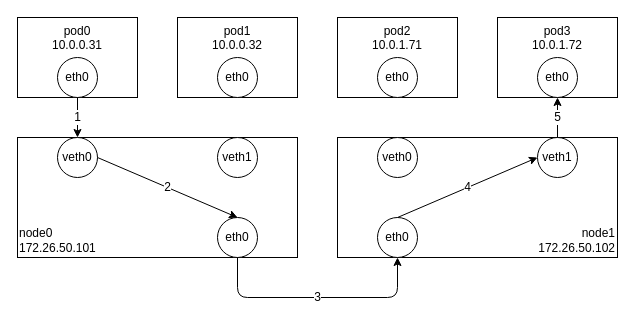
This is page "ipvlan" (2 of 2) of k8s.cilium/cilium.drawio from haruband/codebook, a draw.io file, before an edit. Source tidied: cells renumbered, new cells numbered last; positions are measured from the earlier drawing's top-left corner, leaving out a move shared by most shapes. Both pictures are drawn from the tidied source at 100%, with x=0, y=0 at pixel (17, 17).
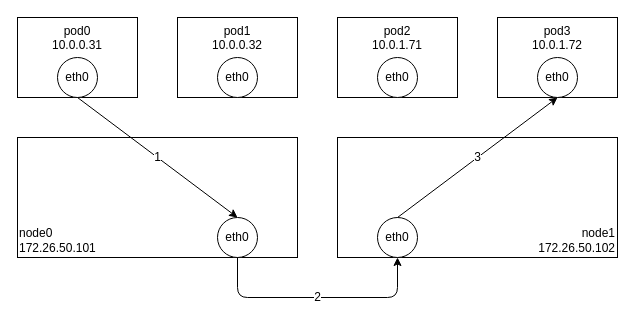
The same page after the edit.

Unchanged cells that the change refers to:
```xml
<mxCell id="3" value="eth0" style="ellipse;whiteSpace=wrap;html=1;fontSize=12;" parent="1" vertex="1">
  <mxGeometry x="40" y="40" width="40" height="40" as="geometry" />
</mxCell>
<mxCell id="9" value="eth0" style="ellipse;whiteSpace=wrap;html=1;fontSize=12;" parent="1" vertex="1">
  <mxGeometry x="200" y="200" width="40" height="40" as="geometry" />
</mxCell>
<mxCell id="13" value="eth0" style="ellipse;whiteSpace=wrap;html=1;fontSize=12;" parent="1" vertex="1">
  <mxGeometry x="520" y="40" width="40" height="40" as="geometry" />
</mxCell>
<mxCell id="17" value="eth0" style="ellipse;whiteSpace=wrap;html=1;fontSize=12;" parent="1" vertex="1">
  <mxGeometry x="360" y="200" width="40" height="40" as="geometry" />
</mxCell>
```

The edit, as a diff of the source:
```diff
@@
-    <mxCell id="7" value="veth0" style="ellipse;whiteSpace=wrap;html=1;fontSize=12;" parent="1" vertex="1">
-      <mxGeometry x="40" y="120" width="40" height="40" as="geometry" />
-    </mxCell>
-    <mxCell id="8" value="veth1" style="ellipse;whiteSpace=wrap;html=1;fontSize=12;" parent="1" vertex="1">
-      <mxGeometry x="200" y="120" width="40" height="40" as="geometry" />
-    </mxCell>
@@
-    <mxCell id="15" value="veth0" style="ellipse;whiteSpace=wrap;html=1;fontSize=12;" parent="1" vertex="1">
-      <mxGeometry x="360" y="120" width="40" height="40" as="geometry" />
-    </mxCell>
-    <mxCell id="16" value="veth1" style="ellipse;whiteSpace=wrap;html=1;fontSize=12;" parent="1" vertex="1">
-      <mxGeometry x="520" y="120" width="40" height="40" as="geometry" />
-    </mxCell>
@@
+    <mxCell id="19" value="2" style="endArrow=classic;html=1;fontSize=12;exitX=0.5;exitY=1;exitDx=0;exitDy=0;entryX=0.5;entryY=1;entryDx=0;entryDy=0;" parent="1" edge="1" source="9" target="17">
+      <mxGeometry relative="1" as="geometry">
+        <Array as="points">
+          <mxPoint x="220" y="280" />
+          <mxPoint x="380" y="280" />
+        </Array>
+      </mxGeometry>
+    </mxCell>
-    <mxCell id="18" value="1" style="endArrow=classic;html=1;fontSize=12;exitX=0.5;exitY=1;exitDx=0;exitDy=0;entryX=0.5;entryY=0;entryDx=0;entryDy=0;" parent="1" edge="1" source="3" target="7">
+    <mxCell id="18" value="1" style="endArrow=classic;html=1;fontSize=12;exitX=0.5;exitY=1;exitDx=0;exitDy=0;entryX=0.5;entryY=0;entryDx=0;entryDy=0;" parent="1" edge="1" source="3" target="9">
       <mxGeometry relative="1" as="geometry" />
     </mxCell>
-    <mxCell id="19" value="3" style="endArrow=classic;html=1;fontSize=12;exitX=0.5;exitY=1;exitDx=0;exitDy=0;entryX=0.5;entryY=1;entryDx=0;entryDy=0;" parent="1" edge="1" source="9" target="17">
-      <mxGeometry relative="1" as="geometry">
-        <Array as="points">
-          <mxPoint x="220" y="280" />
-          <mxPoint x="380" y="280" />
-        </Array>
-      </mxGeometry>
-    </mxCell>
-    <mxCell id="20" value="5" style="endArrow=classic;html=1;fontSize=12;exitX=0.5;exitY=0;exitDx=0;exitDy=0;entryX=0.5;entryY=1;entryDx=0;entryDy=0;" parent="1" edge="1" source="16" target="13">
-      <mxGeometry relative="1" as="geometry" />
-    </mxCell>
-    <mxCell id="21" value="2" style="endArrow=classic;html=1;fontSize=12;exitX=1;exitY=0.5;exitDx=0;exitDy=0;entryX=0.5;entryY=0;entryDx=0;entryDy=0;" parent="1" edge="1" source="7" target="9">
-      <mxGeometry relative="1" as="geometry" />
-    </mxCell>
-    <mxCell id="22" value="4" style="endArrow=classic;html=1;fontSize=12;exitX=0.5;exitY=0;exitDx=0;exitDy=0;entryX=0;entryY=0.5;entryDx=0;entryDy=0;" parent="1" edge="1" source="17" target="16">
-      <mxGeometry relative="1" as="geometry" />
-    </mxCell>
+    <mxCell id="23" value="3" style="endArrow=classic;html=1;fontSize=12;exitX=0.5;exitY=0;exitDx=0;exitDy=0;entryX=0.5;entryY=1;entryDx=0;entryDy=0;" parent="1" edge="1" source="17" target="13">
+      <mxGeometry relative="1" as="geometry" />
+    </mxCell>
```
